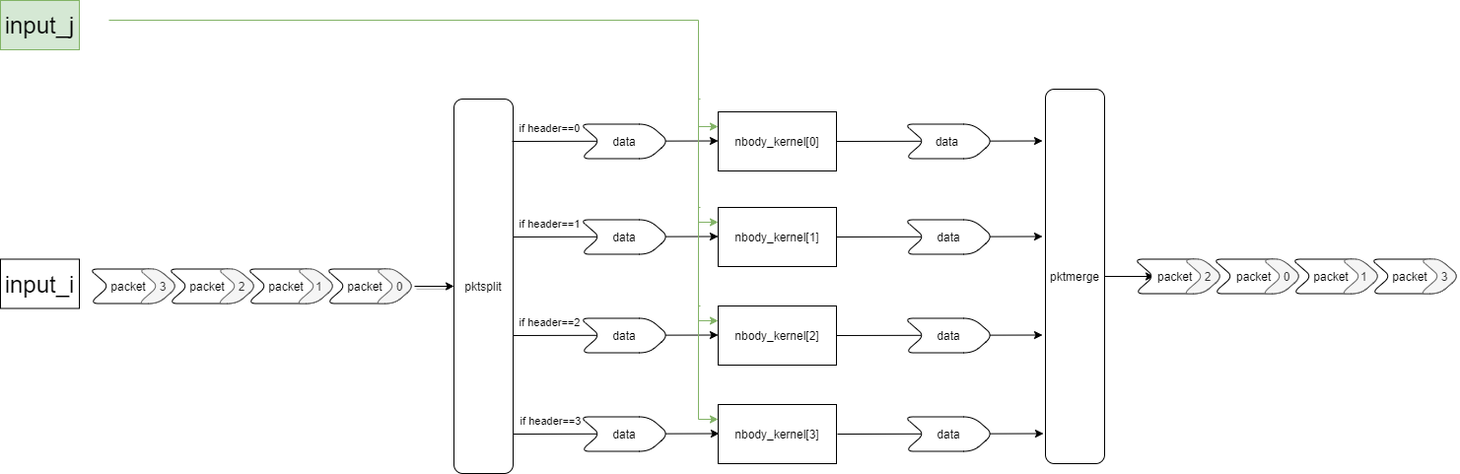
Earlier version of the draw.io export AI_Engine_Development/AIE/Design_Tutorials/08-n-body-simulator/Module_02_aie/images/nbody_subsystem.png (Xilinx/Vitis-Tutorials). Source tidied: cells renumbered, new cells last; positions are measured from the earlier drawing's top-left corner, leaving out a move shared by most shapes.
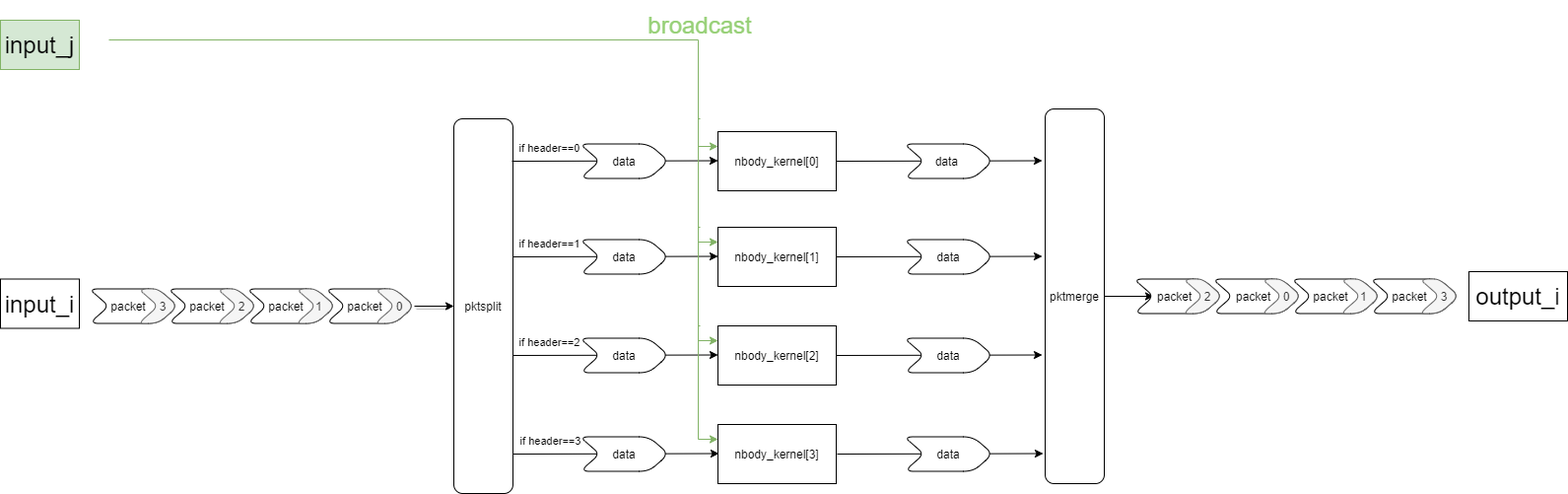
The same file after the commit.

Change to the diagram source:
```diff
@@ -207,5 +207,11 @@
     <mxCell id="51" value="&lt;font style=&quot;font-size: 24px&quot;&gt;input_i&lt;/font&gt;" style="text;html=1;align=center;verticalAlign=middle;whiteSpace=wrap;rounded=0;strokeColor=#000000;" parent="1" vertex="1">
       <mxGeometry y="262.5" width="80" height="50" as="geometry" />
     </mxCell>
+    <mxCell id="52" value="&lt;font style=&quot;font-size: 24px&quot;&gt;broadcast&lt;/font&gt;" style="text;html=1;align=center;verticalAlign=middle;whiteSpace=wrap;rounded=0;fontColor=#97D077;" parent="1" vertex="1">
+      <mxGeometry x="670" y="-20" width="80" height="50" as="geometry" />
+    </mxCell>
+    <mxCell id="53" value="&lt;font style=&quot;font-size: 24px&quot;&gt;output_i&lt;/font&gt;" style="text;html=1;align=center;verticalAlign=middle;whiteSpace=wrap;rounded=0;strokeColor=#000000;" parent="1" vertex="1">
+      <mxGeometry x="1490" y="255" width="100" height="50" as="geometry" />
+    </mxCell>
   </root>
 </mxGraphModel>
```
